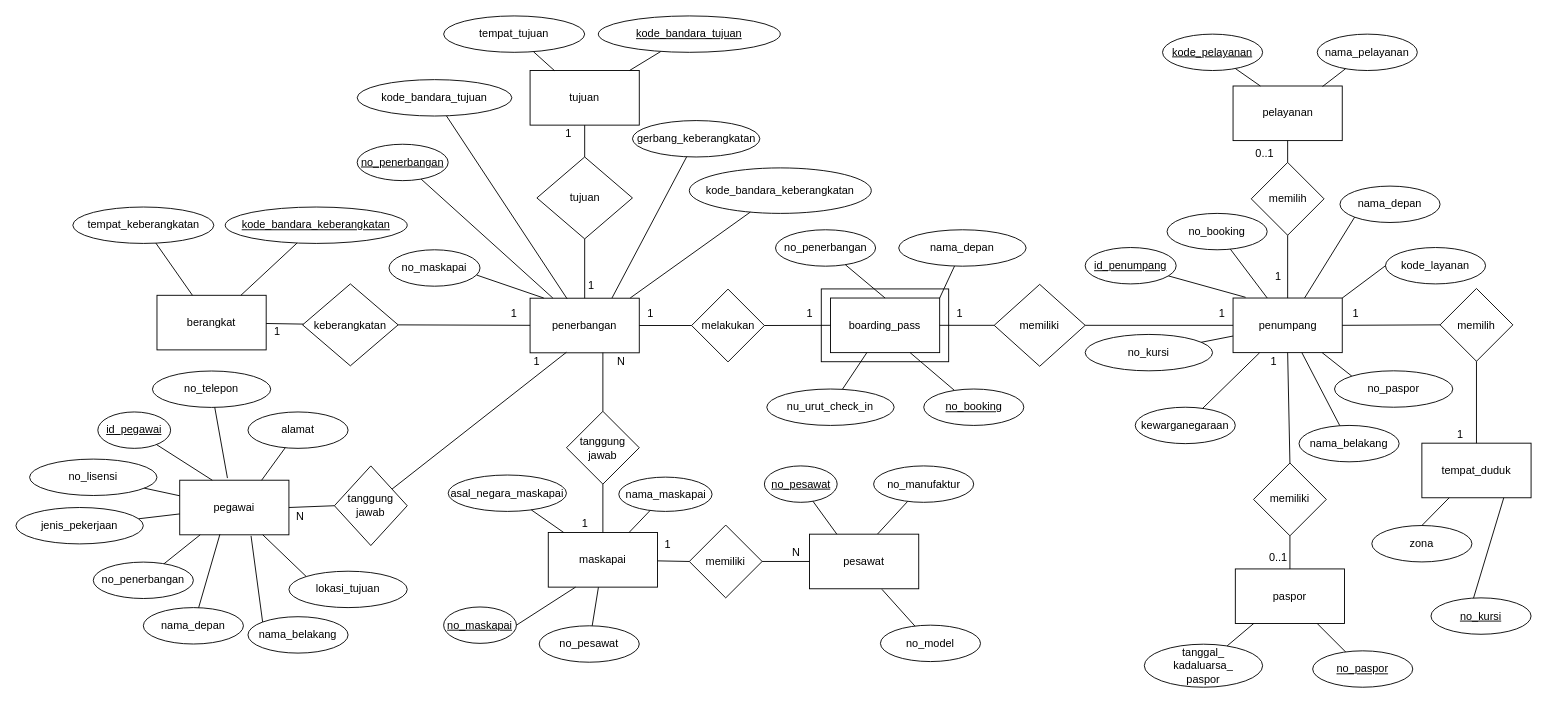
The draw.io diagram page "Fixed ER Diagram" (1 of 5) of ER Diagram/ADD.drawio in Edwin-Jaya/Data-Design-Analytics-Project, before the edit. Source tidied: cells renumbered, new cells numbered last; positions are measured from the earlier drawing's top-left corner, leaving out a move shared by most shapes. Both pictures are drawn from the tidied source at 91%, with x=0, y=0 at pixel (15, 15).
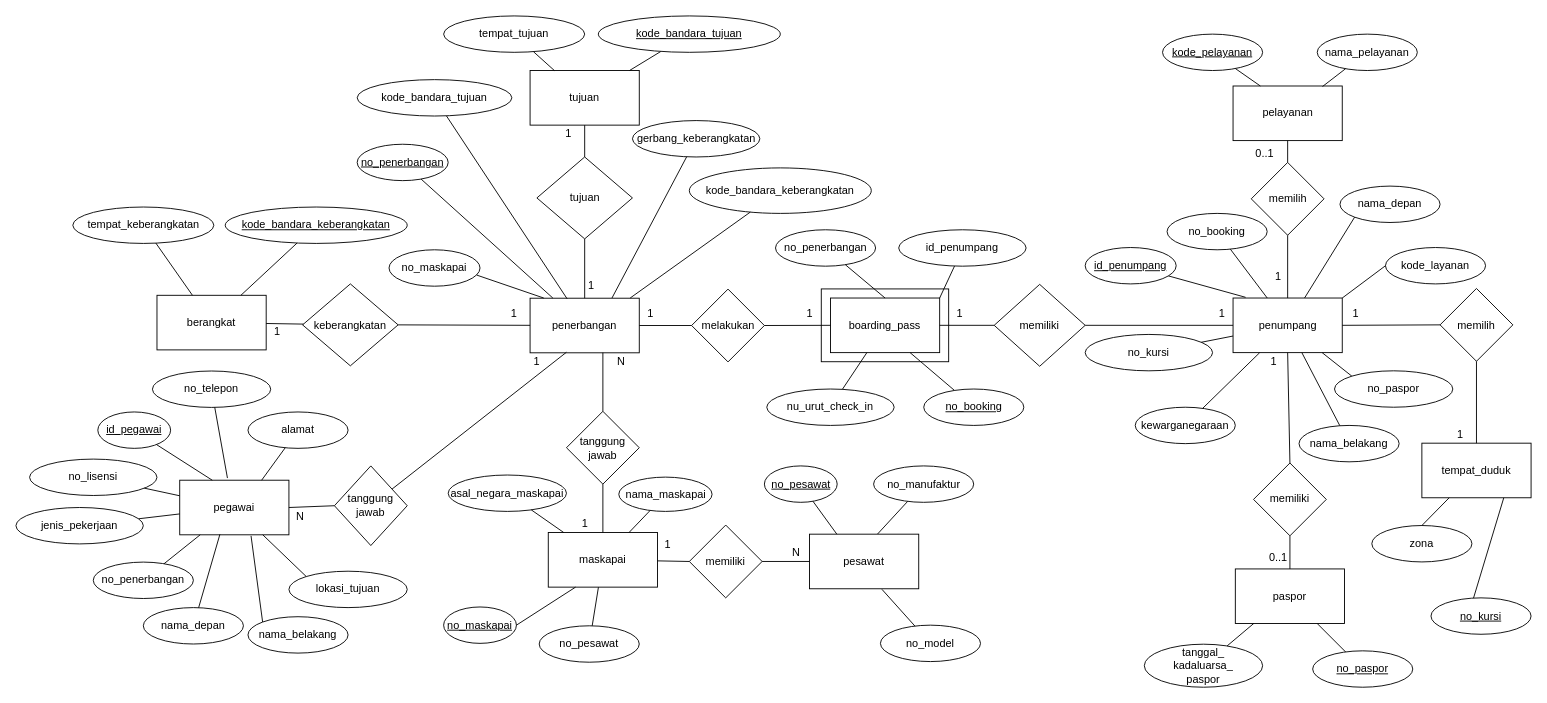
Above is the later version.

Commit message (it also covers changes not shown here):
Relasi boarding_pass dan penumpang

Change to the diagram source:
```diff
@@
-    <mxCell id="93" value="nama_depan" style="ellipse;whiteSpace=wrap;html=1;" parent="1" vertex="1">
+    <mxCell id="93" value="id_penumpang" style="ellipse;whiteSpace=wrap;html=1;" parent="1" vertex="1">
       <mxGeometry x="970.1" y="235" width="140" height="40" as="geometry" />
     </mxCell>
```
